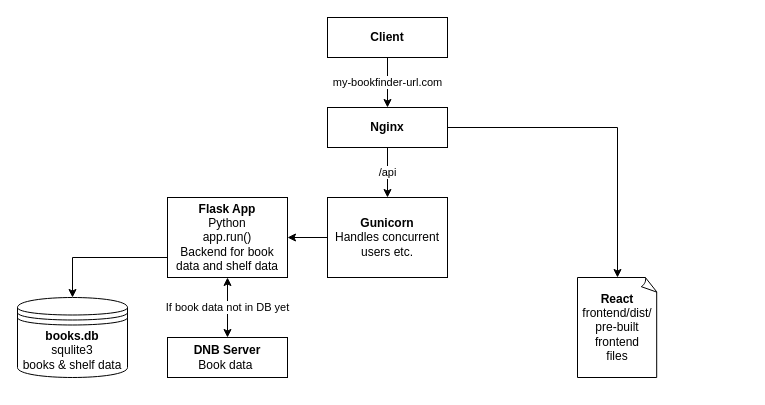
JRuf02/bookfinder keeps this draw.io diagram as documentation/dev-setup-prod-setup-servers/setup-prod.drawio. Above is the earlier version. Source tidied: cells renumbered, new cells numbered last; positions are measured from the earlier drawing's top-left corner, leaving out a move shared by most shapes. Both pictures are drawn from the tidied source at 100%, with x=0, y=0 at pixel (17, 17).
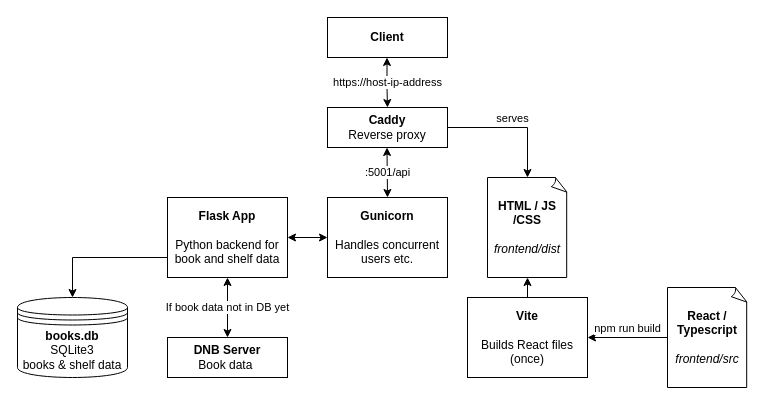
After the change.

Commit message (it also covers changes not shown here):
update system diagrams

The change refers to these unchanged cells:
```xml
<mxCell id="2" value="&lt;b&gt;Client&lt;/b&gt;" style="html=1;whiteSpace=wrap;" parent="1" vertex="1">
  <mxGeometry x="310" width="120" height="40" as="geometry" />
</mxCell>
<mxCell id="4" value="&lt;div&gt;&lt;b&gt;DNB Server&lt;/b&gt;&lt;/div&gt;&lt;div&gt;Book data&amp;nbsp;&lt;/div&gt;" style="html=1;whiteSpace=wrap;" parent="1" vertex="1">
  <mxGeometry x="150" y="320" width="120" height="40" as="geometry" />
</mxCell>
```

Diff of the diagram source:
```diff
@@
-    <mxCell id="3" value="&lt;div&gt;&lt;b&gt;Flask App&lt;/b&gt;&lt;/div&gt;&lt;div&gt;Python&lt;/div&gt;&lt;div&gt;app.run()&lt;/div&gt;&lt;div&gt;Backend for book data and shelf data&lt;/div&gt;" style="html=1;whiteSpace=wrap;" parent="1" vertex="1">
+    <mxCell id="3" value="&lt;div&gt;&lt;b&gt;Flask App&lt;/b&gt;&lt;/div&gt;&lt;div&gt;&lt;b&gt;&lt;br&gt;&lt;/b&gt;&lt;/div&gt;&lt;div&gt;Python backend for book and shelf data&lt;/div&gt;" style="html=1;whiteSpace=wrap;" parent="1" vertex="1">
       <mxGeometry x="150" y="180" width="120" height="80" as="geometry" />
     </mxCell>
@@
-    <mxCell id="5" value="&lt;div align=&quot;center&quot;&gt;my-bookfinder-url.com&lt;/div&gt;" style="endArrow=classic;html=1;rounded=0;exitX=0.5;exitY=1;exitDx=0;exitDy=0;align=center;" parent="1" edge="1" source="2">
-      <mxGeometry relative="1" as="geometry">
-        <mxPoint x="370" y="90" as="targetPoint" />
-      </mxGeometry>
-    </mxCell>
-    <mxCell id="6" value="If book data not in DB yet" style="endArrow=classic;startArrow=classic;html=1;rounded=0;exitX=0.5;exitY=1;exitDx=0;exitDy=0;entryX=0.5;entryY=0;entryDx=0;entryDy=0;" parent="1" edge="1" source="3" target="4">
-      <mxGeometry relative="1" as="geometry" />
+    <mxCell id="6" value="If book data not in DB yet" style="endArrow=classic;startArrow=classic;html=1;rounded=0;exitX=0.5;exitY=1;exitDx=0;exitDy=0;" parent="1" edge="1" source="3">
+      <mxGeometry relative="1" as="geometry">
+        <mxPoint x="210" y="320" as="targetPoint" />
+      </mxGeometry>
     </mxCell>
-    <mxCell id="7" value="&lt;div&gt;&lt;b&gt;books.db&lt;/b&gt;&lt;/div&gt;&lt;div&gt;squlite3&lt;/div&gt;&lt;div&gt;books &amp;amp; shelf data&lt;/div&gt;" style="shape=datastore;whiteSpace=wrap;html=1;" parent="1" vertex="1">
+    <mxCell id="7" value="&lt;div&gt;&lt;b&gt;books.db&lt;/b&gt;&lt;/div&gt;&lt;div&gt;SQLite3&lt;/div&gt;&lt;div&gt;books &amp;amp; shelf data&lt;/div&gt;" style="shape=datastore;whiteSpace=wrap;html=1;" parent="1" vertex="1">
       <mxGeometry y="280" width="110" height="80" as="geometry" />
     </mxCell>
@@
-    <mxCell id="9" value="&lt;div&gt;&lt;b&gt;React&lt;/b&gt;&lt;/div&gt;&lt;div&gt;frontend/dist/&lt;/div&gt;&lt;div&gt;pre-built&lt;/div&gt;&lt;div&gt;frontend&lt;/div&gt;&lt;div&gt;files&lt;/div&gt;" style="whiteSpace=wrap;html=1;shape=mxgraph.basic.document;" parent="1" vertex="1">
-      <mxGeometry x="560" y="260" width="80" height="100" as="geometry" />
+    <mxCell id="9" value="&lt;div&gt;&lt;b&gt;HTML / JS /CSS&lt;/b&gt;&lt;/div&gt;&lt;div&gt;&lt;b&gt;&lt;br&gt;&lt;/b&gt;&lt;/div&gt;&lt;div&gt;&lt;i&gt;frontend/dist&lt;/i&gt;&lt;/div&gt;" style="whiteSpace=wrap;html=1;shape=mxgraph.basic.document;" parent="1" vertex="1">
+      <mxGeometry x="470" y="160" width="80" height="100" as="geometry" />
     </mxCell>
-    <mxCell id="10" value="&lt;div&gt;&lt;b&gt;Nginx&lt;/b&gt;&lt;/div&gt;" style="html=1;whiteSpace=wrap;" parent="1" vertex="1">
+    <mxCell id="10" value="&lt;div&gt;&lt;b&gt;Caddy&lt;/b&gt;&lt;/div&gt;&lt;div&gt;Reverse proxy&lt;/div&gt;" style="html=1;whiteSpace=wrap;" parent="1" vertex="1">
       <mxGeometry x="310" y="90" width="120" height="40" as="geometry" />
     </mxCell>
-    <mxCell id="11" value=" " style="endArrow=classic;html=1;rounded=0;entryX=0.5;entryY=0;entryDx=0;entryDy=0;entryPerimeter=0;exitX=1;exitY=0.5;exitDx=0;exitDy=0;align=center;" parent="1" edge="1" source="10" target="9">
+    <mxCell id="11" value="&lt;div&gt;serves&lt;/div&gt;" style="endArrow=classic;html=1;rounded=0;entryX=0.5;entryY=0;entryDx=0;entryDy=0;entryPerimeter=0;exitX=1;exitY=0.5;exitDx=0;exitDy=0;align=center;verticalAlign=bottom;" parent="1" edge="1" source="10" target="9">
       <mxGeometry relative="1" as="geometry">
         <Array as="points">
-          <mxPoint x="600" y="110" />
+          <mxPoint x="510" y="110" />
         </Array>
       </mxGeometry>
     </mxCell>
-    <mxCell id="12" value="&lt;div&gt;&lt;b&gt;Gunicorn&lt;/b&gt;&lt;/div&gt;Handles concurrent users etc." style="html=1;whiteSpace=wrap;" parent="1" vertex="1">
+    <mxCell id="12" value="&lt;div&gt;&lt;b&gt;Gunicorn&lt;/b&gt;&lt;/div&gt;&lt;div&gt;&lt;b&gt;&lt;br&gt;&lt;/b&gt;&lt;/div&gt;Handles concurrent users etc." style="html=1;whiteSpace=wrap;" parent="1" vertex="1">
       <mxGeometry x="310" y="180" width="120" height="80" as="geometry" />
     </mxCell>
-    <mxCell id="13" value="/api" style="endArrow=classic;html=1;rounded=0;exitX=0.5;exitY=1;exitDx=0;exitDy=0;entryX=0.5;entryY=0;entryDx=0;entryDy=0;" parent="1" edge="1" source="10" target="12">
-      <mxGeometry relative="1" as="geometry" />
-    </mxCell>
+    <mxCell id="15" value="&lt;div&gt;&lt;b&gt;Vite&lt;/b&gt;&lt;/div&gt;&lt;div&gt;&lt;b&gt;&lt;br&gt;&lt;/b&gt;&lt;/div&gt;&lt;div&gt;Builds React files (once)&lt;/div&gt;" style="html=1;whiteSpace=wrap;" parent="1" vertex="1">
+      <mxGeometry x="450" y="280" width="120" height="80" as="geometry" />
+    </mxCell>
+    <mxCell id="16" value="npm run build" style="edgeStyle=orthogonalEdgeStyle;rounded=0;jettySize=auto;html=1;verticalAlign=bottom;" parent="1" edge="1" source="17" target="15">
+      <mxGeometry relative="1" as="geometry" />
+    </mxCell>
+    <mxCell id="17" value="&lt;div&gt;&lt;b&gt;React / Typescript&lt;/b&gt;&lt;/div&gt;&lt;div&gt;&lt;b&gt;&lt;br&gt;&lt;/b&gt;&lt;/div&gt;&lt;i&gt;frontend/src&lt;/i&gt;" style="whiteSpace=wrap;html=1;shape=mxgraph.basic.document;" parent="1" vertex="1">
+      <mxGeometry x="650" y="270" width="80" height="100" as="geometry" />
+    </mxCell>
+    <mxCell id="18" value=" " style="endArrow=classic;html=1;rounded=0;exitX=0.5;exitY=0;exitDx=0;exitDy=0;align=center;entryX=0.5;entryY=1;entryDx=0;entryDy=0;entryPerimeter=0;" parent="1" edge="1" source="15" target="9">
+      <mxGeometry relative="1" as="geometry" />
+    </mxCell>
+    <mxCell id="19" value=":5001/api" style="endArrow=classic;startArrow=classic;html=1;rounded=0;exitX=0.5;exitY=1;exitDx=0;exitDy=0;" parent="1" edge="1">
+      <mxGeometry relative="1" as="geometry">
+        <mxPoint x="369.5" y="130" as="sourcePoint" />
+        <mxPoint x="370" y="180" as="targetPoint" />
+      </mxGeometry>
+    </mxCell>
-    <mxCell id="14" style="endArrow=classic;html=1;rounded=0;exitX=0;exitY=0.5;exitDx=0;exitDy=0;entryX=1;entryY=0.5;entryDx=0;entryDy=0;" parent="1" edge="1" source="12" target="3">
+    <mxCell id="14" style="endArrow=classic;startArrow=classic;html=1;rounded=0;exitX=0;exitY=0.5;exitDx=0;exitDy=0;entryX=1;entryY=0.5;entryDx=0;entryDy=0;" parent="1" edge="1" source="12" target="3">
       <mxGeometry relative="1" as="geometry" />
     </mxCell>
+    <mxCell id="20" value="&lt;div&gt;https://host-ip-address&lt;/div&gt;" style="endArrow=classic;startArrow=classic;html=1;rounded=0;exitX=0.5;exitY=1;exitDx=0;exitDy=0;" parent="1" edge="1">
+      <mxGeometry relative="1" as="geometry">
+        <mxPoint x="369.5" y="40" as="sourcePoint" />
+        <mxPoint x="370" y="90" as="targetPoint" />
+        <Array as="points">
+          <mxPoint x="369.5" y="70" />
+        </Array>
+      </mxGeometry>
+    </mxCell>
```
